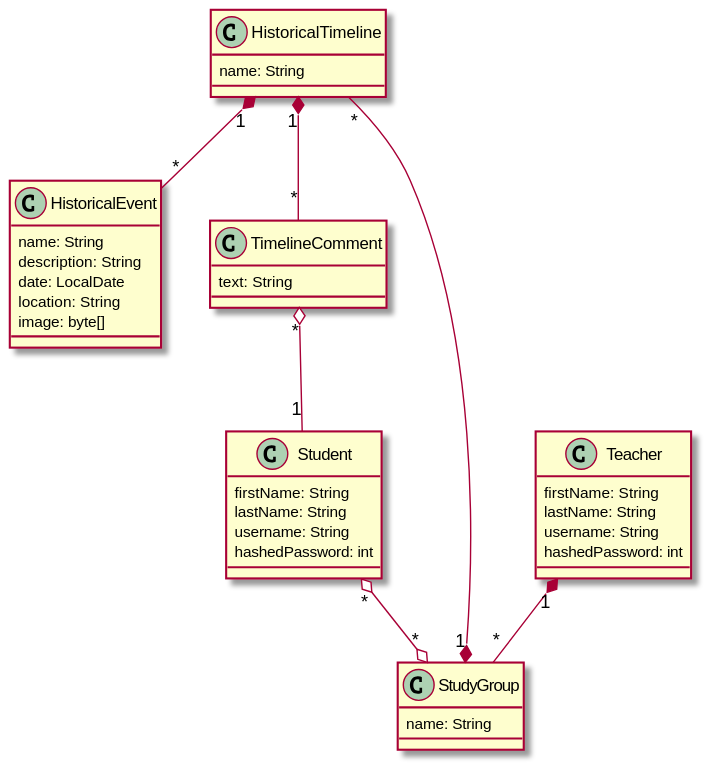
kuhy/historical-timeline keeps this PlantUML diagram as images/class_diagram.svg. Above is the earlier version.
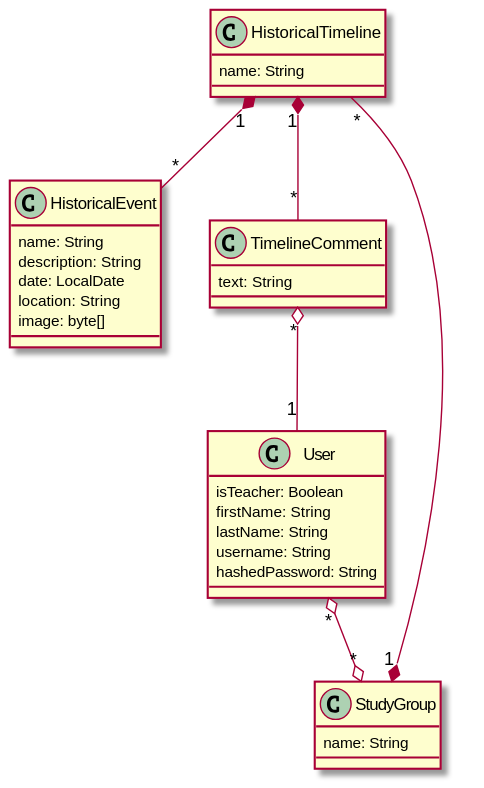
Later version of the same file.

Commit message:
Update class diagram to reflect changes in source code

The edit, as a diff of the source:
```diff
@@ -19,29 +19,20 @@
 
 StudyGroup "1" *-- "*" HistoricalTimeline
 
-class Teacher {
+class User {
+  isTeacher: Boolean
   firstName: String
   lastName: String
   username: String
-  hashedPassword: int
+  hashedPassword: String
 }
 
-Teacher "1" *-- "*" StudyGroup
-
-
-class Student {
-  firstName: String
-  lastName: String
-  username: String
-  hashedPassword: int
-}
-
-Student "*" o--o "*" StudyGroup
+User "*" o--o "*" StudyGroup
 
 class TimelineComment {
   text: String
 }
 
 HistoricalTimeline "1" *-- "*" TimelineComment
-TimelineComment "*" o-- "1" Student
+TimelineComment "*" o-- "1" User
 @enduml
```
